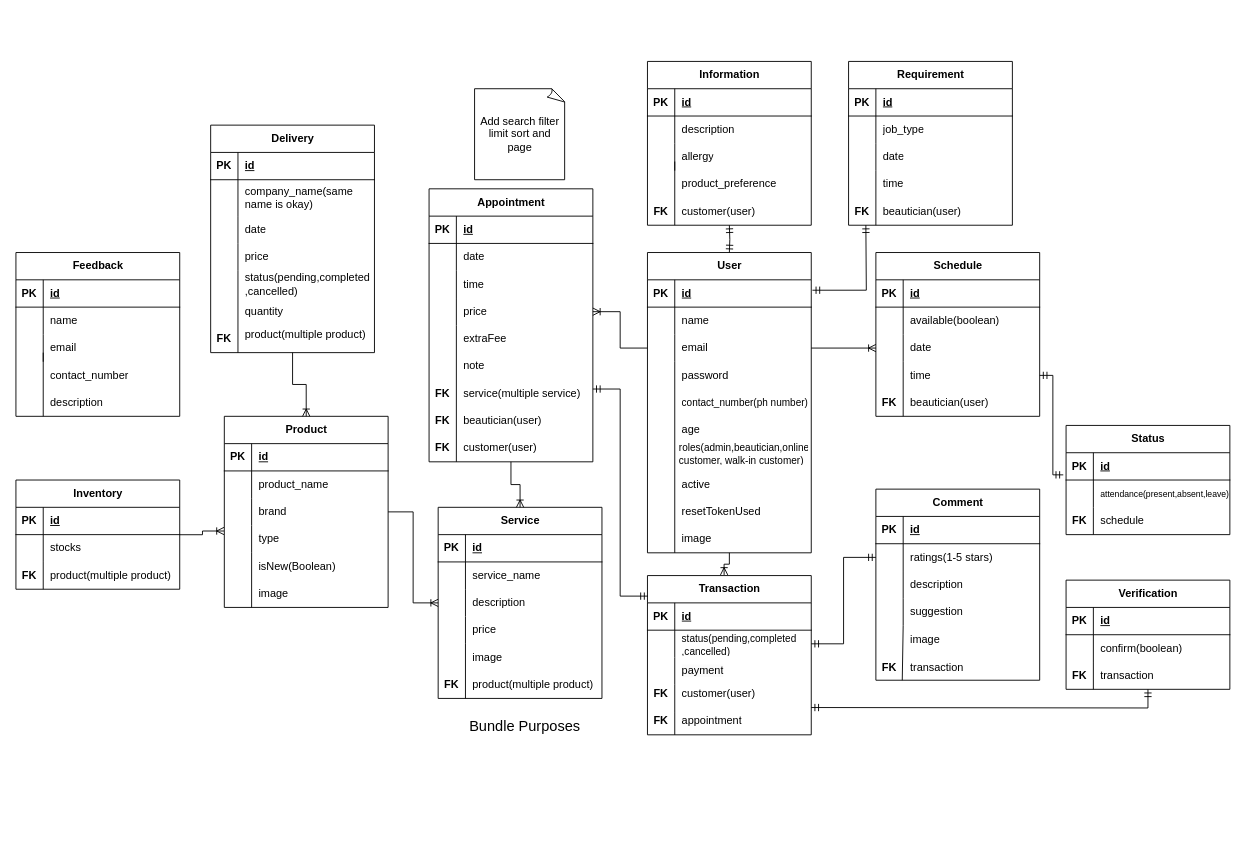
The draw.io diagram erd/Salon-Erd.drawio in GabTheGreat25/Salon-Api, before the edit. Source tidied: cells renumbered, new cells numbered last; positions are measured from the earlier drawing's top-left corner, leaving out a move shared by most shapes. Both pictures are drawn from the tidied source at 91%, with x=0, y=0 at pixel (15, 61).
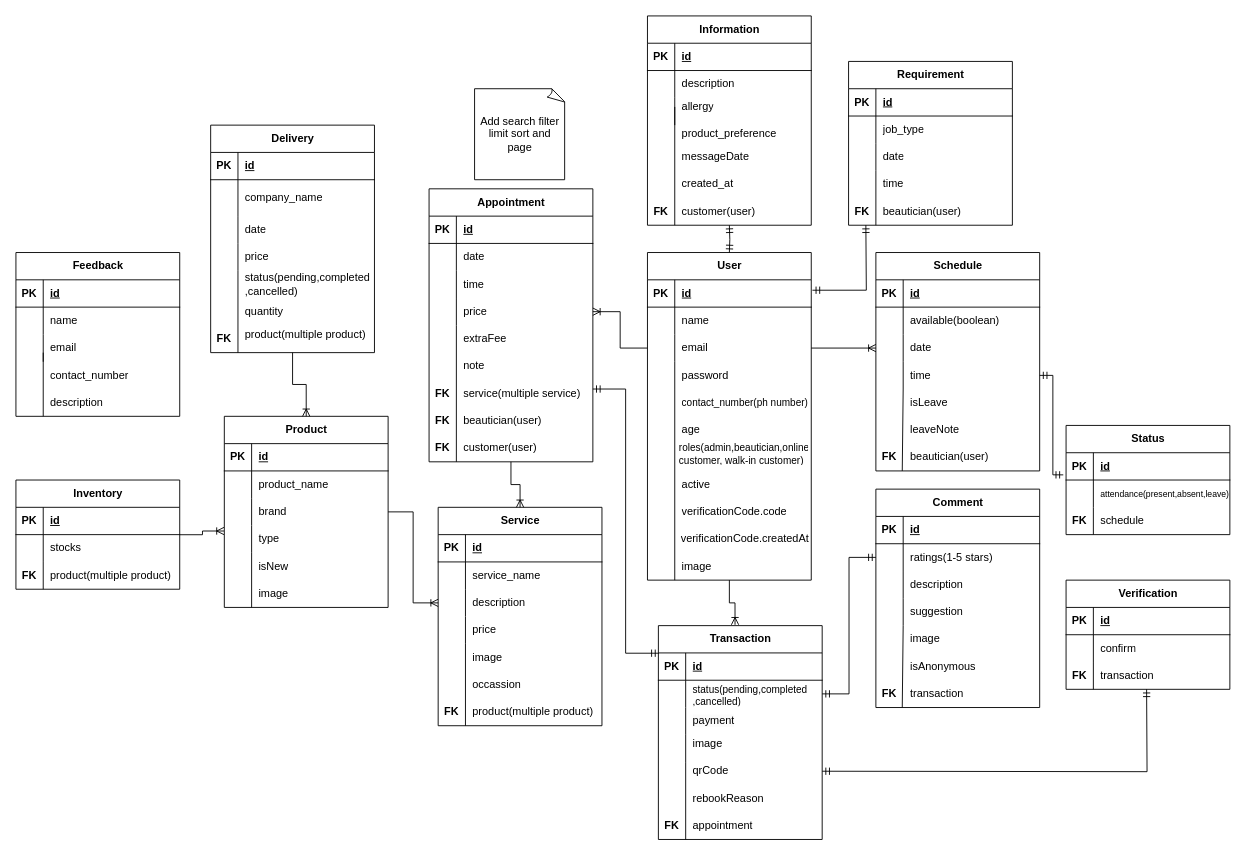
The same page after the edit.

The change refers to these unchanged cells:
```xml
<mxCell id="128" style="shape=tableRow;horizontal=0;startSize=0;swimlaneHead=0;swimlaneBody=0;fillColor=none;top=0;left=0;right=0;bottom=0;" parent="124" vertex="1">
  <mxGeometry y="60" width="180" height="40" as="geometry" />
</mxCell>
<mxCell id="147" value="Verification" style="shape=table;startSize=30;childLayout=tableLayout;rowLines=0;fontStyle=1;align=center;html=1;" parent="1" vertex="1">
  <mxGeometry x="1154" y="570" width="180" height="120" as="geometry" />
</mxCell>
<mxCell id="151" style="shape=tableRow;horizontal=0;startSize=0;swimlaneHead=0;swimlaneBody=0;fillColor=none;top=0;left=0;right=0;bottom=0;" parent="147" vertex="1">
  <mxGeometry y="60" width="180" height="30" as="geometry" />
</mxCell>
```

The edit, as a diff of the source:
```diff
@@
     <mxCell id="2" value="User" style="shape=table;startSize=30;childLayout=tableLayout;rowLines=0;fontStyle=1;align=center;html=1;" parent="1" vertex="1">
-      <mxGeometry x="694" y="210" width="180" height="330" as="geometry" />
+      <mxGeometry x="694" y="210" width="180" height="360" as="geometry" />
     </mxCell>
@@
     <mxCell id="15" style="endArrow=none;html=1;rounded=0;" parent="1" edge="1">
       <mxGeometry relative="1" as="geometry">
         <mxPoint x="724" y="360" as="sourcePoint" />
-        <mxPoint x="724" y="540" as="targetPoint" />
+        <mxPoint x="724" y="570" as="targetPoint" />
       </mxGeometry>
     </mxCell>
@@
     <mxCell id="36" value="Comment" style="shape=table;startSize=30;childLayout=tableLayout;rowLines=0;fontStyle=1;align=center;html=1;" parent="1" vertex="1">
-      <mxGeometry x="945" y="470" width="180" height="210" as="geometry" />
+      <mxGeometry x="945" y="470" width="180" height="240" as="geometry" />
     </mxCell>
@@
     <mxCell id="49" style="endArrow=none;html=1;rounded=0;" parent="1" edge="1">
       <mxGeometry relative="1" as="geometry">
         <mxPoint x="975" y="620" as="sourcePoint" />
-        <mxPoint x="974" y="680" as="targetPoint" />
+        <mxPoint x="974" y="710" as="targetPoint" />
       </mxGeometry>
     </mxCell>
     <mxCell id="50" value="transaction" style="shape=partialRectangle;fillColor=none;top=0;left=0;bottom=0;right=0;align=left;spacingLeft=6;overflow=hidden;whiteSpace=wrap;html=1;" parent="1" vertex="1">
-      <mxGeometry x="975" y="650.5" width="150" height="30" as="geometry" />
+      <mxGeometry x="975" y="680" width="150" height="30" as="geometry" />
     </mxCell>
     <mxCell id="51" value="FK" style="shape=partialRectangle;fillColor=none;top=0;left=0;bottom=0;right=0;fontStyle=1;overflow=hidden;whiteSpace=wrap;html=1;" parent="1" vertex="1">
-      <mxGeometry x="945" y="650.5" width="30" height="30" as="geometry" />
+      <mxGeometry x="945" y="680" width="30" height="30" as="geometry" />
     </mxCell>
@@
     <mxCell id="53" value="Schedule" style="shape=table;startSize=30;childLayout=tableLayout;rowLines=0;fontStyle=1;align=center;html=1;" parent="1" vertex="1">
-      <mxGeometry x="945" y="210" width="180" height="180" as="geometry" />
+      <mxGeometry x="945" y="210" width="180" height="240" as="geometry" />
     </mxCell>
@@
     <mxCell id="66" style="endArrow=none;html=1;rounded=0;" parent="1" edge="1">
       <mxGeometry relative="1" as="geometry">
         <mxPoint x="975" y="360" as="sourcePoint" />
-        <mxPoint x="975" y="390" as="targetPoint" />
+        <mxPoint x="974" y="450" as="targetPoint" />
       </mxGeometry>
     </mxCell>
     <mxCell id="67" value="FK" style="shape=partialRectangle;fillColor=none;top=0;left=0;bottom=0;right=0;fontStyle=1;overflow=hidden;whiteSpace=wrap;html=1;" parent="1" vertex="1">
-      <mxGeometry x="945" y="360" width="30" height="30" as="geometry" />
+      <mxGeometry x="945" y="420" width="30" height="30" as="geometry" />
     </mxCell>
     <mxCell id="68" value="beautician(user)" style="shape=partialRectangle;fillColor=none;top=0;left=0;bottom=0;right=0;align=left;spacingLeft=6;overflow=hidden;whiteSpace=wrap;html=1;" parent="1" vertex="1">
-      <mxGeometry x="975" y="360" width="150" height="30" as="geometry" />
+      <mxGeometry x="975" y="420" width="150" height="30" as="geometry" />
     </mxCell>
     <mxCell id="69" value="Service" style="shape=table;startSize=30;childLayout=tableLayout;rowLines=0;fontStyle=1;align=center;html=1;" parent="1" vertex="1">
-      <mxGeometry x="464" y="490" width="180" height="210" as="geometry" />
+      <mxGeometry x="464" y="490" width="180" height="240" as="geometry" />
     </mxCell>
@@
     <mxCell id="82" style="endArrow=none;html=1;rounded=0;" parent="1" edge="1">
       <mxGeometry relative="1" as="geometry">
         <mxPoint x="494" y="640" as="sourcePoint" />
-        <mxPoint x="494" y="700" as="targetPoint" />
+        <mxPoint x="494" y="730" as="targetPoint" />
       </mxGeometry>
     </mxCell>
@@
     <mxCell id="84" value="Transaction" style="shape=table;startSize=30;childLayout=tableLayout;rowLines=0;fontStyle=1;align=center;html=1;" parent="1" vertex="1">
-      <mxGeometry x="694" y="565" width="180" height="175" as="geometry" />
+      <mxGeometry x="706" y="620" width="180" height="235" as="geometry" />
     </mxCell>
@@
-    <mxCell id="97" value="&lt;span style=&quot;border-color: var(--border-color);&quot;&gt;customer(user)&lt;/span&gt;" style="shape=partialRectangle;fillColor=none;top=0;left=0;bottom=0;right=0;align=left;spacingLeft=6;overflow=hidden;whiteSpace=wrap;html=1;" parent="1" vertex="1">
-      <mxGeometry x="724" y="680" width="150" height="30" as="geometry" />
+    <mxCell id="97" value="&lt;span style=&quot;border-color: var(--border-color);&quot;&gt;image&lt;/span&gt;" style="shape=partialRectangle;fillColor=none;top=0;left=0;bottom=0;right=0;align=left;spacingLeft=6;overflow=hidden;whiteSpace=wrap;html=1;" parent="1" vertex="1">
+      <mxGeometry x="736" y="735" width="150" height="30" as="geometry" />
     </mxCell>
     <mxCell id="98" value="FK" style="shape=partialRectangle;fillColor=none;top=0;left=0;bottom=0;right=0;fontStyle=1;overflow=hidden;whiteSpace=wrap;html=1;" parent="1" vertex="1">
-      <mxGeometry x="694" y="710" width="30" height="30" as="geometry" />
+      <mxGeometry x="706" y="825" width="30" height="30" as="geometry" />
     </mxCell>
     <mxCell id="99" value="appointment" style="shape=partialRectangle;fillColor=none;top=0;left=0;bottom=0;right=0;align=left;spacingLeft=6;overflow=hidden;whiteSpace=wrap;html=1;" parent="1" vertex="1">
-      <mxGeometry x="724" y="710" width="150" height="30" as="geometry" />
+      <mxGeometry x="736" y="825" width="150" height="30" as="geometry" />
     </mxCell>
-    <mxCell id="100" value="FK" style="shape=partialRectangle;fillColor=none;top=0;left=0;bottom=0;right=0;fontStyle=1;overflow=hidden;whiteSpace=wrap;html=1;" parent="1" vertex="1">
-      <mxGeometry x="694" y="680" width="30" height="30" as="geometry" />
-    </mxCell>
@@
     <mxCell id="122" value="product(multiple product)" style="shape=partialRectangle;fillColor=none;top=0;left=0;bottom=0;right=0;align=left;spacingLeft=6;overflow=hidden;whiteSpace=wrap;html=1;" parent="1" vertex="1">
-      <mxGeometry x="494" y="670" width="150" height="30" as="geometry" />
+      <mxGeometry x="494" y="700" width="150" height="30" as="geometry" />
     </mxCell>
@@
-    <mxCell id="130" value="&lt;font style=&quot;font-size: 12px;&quot;&gt;company_name(same name is okay)&lt;/font&gt;" style="shape=partialRectangle;fillColor=none;top=0;left=0;bottom=0;right=0;align=left;spacingLeft=6;overflow=hidden;whiteSpace=wrap;html=1;" parent="128" vertex="1">
+    <mxCell id="130" value="&lt;font style=&quot;font-size: 12px;&quot;&gt;company_name&lt;/font&gt;" style="shape=partialRectangle;fillColor=none;top=0;left=0;bottom=0;right=0;align=left;spacingLeft=6;overflow=hidden;whiteSpace=wrap;html=1;" parent="128" vertex="1">
       <mxGeometry x="30" width="150" height="40" as="geometry" />
     </mxCell>
@@
     <mxCell id="143" value="FK" style="shape=partialRectangle;fillColor=none;top=0;left=0;bottom=0;right=0;fontStyle=1;overflow=hidden;whiteSpace=wrap;html=1;" parent="1" vertex="1">
-      <mxGeometry x="464" y="670" width="30" height="30" as="geometry" />
+      <mxGeometry x="464" y="700" width="30" height="30" as="geometry" />
     </mxCell>
@@
-    <mxCell id="146" style="fontSize=12;html=1;endArrow=ERmandOne;startArrow=ERmandOne;rounded=0;edgeStyle=orthogonalEdgeStyle;" parent="1" edge="1" target="147">
+    <mxCell id="146" style="fontSize=12;html=1;endArrow=ERmandOne;startArrow=ERmandOne;rounded=0;edgeStyle=orthogonalEdgeStyle;" parent="1" edge="1">
       <mxGeometry relative="1" as="geometry">
-        <mxPoint x="874" y="710" as="sourcePoint" />
+        <mxPoint x="886" y="780" as="sourcePoint" />
+        <mxPoint x="1242.5" y="690" as="targetPoint" />
       </mxGeometry>
     </mxCell>
@@
-    <mxCell id="153" value="confirm(boolean)" style="shape=partialRectangle;fillColor=none;top=0;left=0;bottom=0;right=0;align=left;spacingLeft=6;overflow=hidden;whiteSpace=wrap;html=1;" parent="151" vertex="1">
+    <mxCell id="153" value="confirm" style="shape=partialRectangle;fillColor=none;top=0;left=0;bottom=0;right=0;align=left;spacingLeft=6;overflow=hidden;whiteSpace=wrap;html=1;" parent="151" vertex="1">
       <mxGeometry x="30" width="150" height="30" as="geometry" />
     </mxCell>
@@
     <mxCell id="187" value="image" style="shape=partialRectangle;fillColor=none;top=0;left=0;bottom=0;right=0;align=left;spacingLeft=6;overflow=hidden;whiteSpace=wrap;html=1;" parent="1" vertex="1">
-      <mxGeometry x="975" y="620.5" width="150" height="30" as="geometry" />
+      <mxGeometry x="975" y="620" width="150" height="30" as="geometry" />
     </mxCell>
@@
     <mxCell id="190" value="image" style="shape=partialRectangle;fillColor=none;top=0;left=0;bottom=0;right=0;align=left;spacingLeft=6;overflow=hidden;whiteSpace=wrap;html=1;" parent="1" vertex="1">
-      <mxGeometry x="724" y="510" width="150" height="30" as="geometry" />
+      <mxGeometry x="723.5" y="540" width="150" height="30" as="geometry" />
     </mxCell>
     <mxCell id="191" value="Information" style="shape=table;startSize=30;childLayout=tableLayout;rowLines=0;fontStyle=1;align=center;html=1;" parent="1" vertex="1">
-      <mxGeometry x="694" width="180" height="180" as="geometry" />
+      <mxGeometry x="694" y="-50" width="180" height="230" as="geometry" />
     </mxCell>
@@
     <mxCell id="203" style="endArrow=none;html=1;rounded=0;" parent="1" edge="1">
       <mxGeometry relative="1" as="geometry">
-        <mxPoint x="724" y="110" as="sourcePoint" />
+        <mxPoint x="724" y="50" as="sourcePoint" />
         <mxPoint x="724" y="180" as="targetPoint" />
       </mxGeometry>
     </mxCell>
     <mxCell id="204" value="&lt;span style=&quot;border-color: var(--border-color);&quot;&gt;allergy&lt;/span&gt;" style="shape=partialRectangle;fillColor=none;top=0;left=0;bottom=0;right=0;align=left;spacingLeft=6;overflow=hidden;whiteSpace=wrap;html=1;" parent="1" vertex="1">
-      <mxGeometry x="724" y="90" width="150" height="30" as="geometry" />
+      <mxGeometry x="724" y="35" width="150" height="30" as="geometry" />
     </mxCell>
     <mxCell id="205" value="&lt;span style=&quot;border-color: var(--border-color);&quot;&gt;product_preference&lt;/span&gt;" style="shape=partialRectangle;fillColor=none;top=0;left=0;bottom=0;right=0;align=left;spacingLeft=6;overflow=hidden;whiteSpace=wrap;html=1;" parent="1" vertex="1">
-      <mxGeometry x="724" y="120" width="150" height="30" as="geometry" />
+      <mxGeometry x="724" y="65" width="150" height="30" as="geometry" />
     </mxCell>
@@
     <mxCell id="234" style="endArrow=none;html=1;rounded=0;startSize=3;endSize=3;targetPerimeterSpacing=0;" parent="1" edge="1">
       <mxGeometry relative="1" as="geometry">
-        <mxPoint x="724" y="740" as="sourcePoint" />
-        <mxPoint x="724" y="715" as="targetPoint" />
+        <mxPoint x="736" y="855" as="sourcePoint" />
+        <mxPoint x="736" y="770" as="targetPoint" />
       </mxGeometry>
     </mxCell>
-    <mxCell id="235" value="isNew(Boolean)" style="shape=partialRectangle;fillColor=none;top=0;left=0;bottom=0;right=0;align=left;spacingLeft=6;overflow=hidden;whiteSpace=wrap;html=1;" parent="1" vertex="1">
+    <mxCell id="235" value="isNew" style="shape=partialRectangle;fillColor=none;top=0;left=0;bottom=0;right=0;align=left;spacingLeft=6;overflow=hidden;whiteSpace=wrap;html=1;" parent="1" vertex="1">
       <mxGeometry x="259" y="540" width="150" height="30" as="geometry" />
     </mxCell>
@@
-    <mxCell id="238" value="&lt;font style=&quot;font-size: 16px;&quot;&gt;Bundle Purposes&lt;/font&gt;" style="text;html=1;strokeColor=none;fillColor=none;align=center;verticalAlign=middle;whiteSpace=wrap;rounded=0;" parent="1" vertex="1">
-      <mxGeometry x="496.5" y="715" width="125" height="30" as="geometry" />
-    </mxCell>
@@
-    <mxCell id="240" value="resetTokenUsed" style="shape=partialRectangle;fillColor=none;top=0;left=0;bottom=0;right=0;align=left;spacingLeft=6;overflow=hidden;whiteSpace=wrap;html=1;" parent="1" vertex="1">
+    <mxCell id="240" value="verificationCode.code" style="shape=partialRectangle;fillColor=none;top=0;left=0;bottom=0;right=0;align=left;spacingLeft=6;overflow=hidden;whiteSpace=wrap;html=1;" parent="1" vertex="1">
       <mxGeometry x="723.5" y="480" width="150.5" height="30" as="geometry" />
     </mxCell>
+    <mxCell id="241" value="isAnonymous" style="shape=partialRectangle;fillColor=none;top=0;left=0;bottom=0;right=0;align=left;spacingLeft=6;overflow=hidden;whiteSpace=wrap;html=1;" parent="1" vertex="1">
+      <mxGeometry x="975" y="650" width="150" height="30" as="geometry" />
+    </mxCell>
+    <mxCell id="242" value="&lt;span style=&quot;border-color: var(--border-color);&quot;&gt;messageDate&lt;/span&gt;" style="shape=partialRectangle;fillColor=none;top=0;left=0;bottom=0;right=0;align=left;spacingLeft=6;overflow=hidden;whiteSpace=wrap;html=1;" parent="1" vertex="1">
+      <mxGeometry x="724" y="90" width="150" height="30" as="geometry" />
+    </mxCell>
+    <mxCell id="243" value="&lt;span style=&quot;border-color: var(--border-color);&quot;&gt;created_at&lt;/span&gt;" style="shape=partialRectangle;fillColor=none;top=0;left=0;bottom=0;right=0;align=left;spacingLeft=6;overflow=hidden;whiteSpace=wrap;html=1;" parent="1" vertex="1">
+      <mxGeometry x="724" y="120" width="150" height="30" as="geometry" />
+    </mxCell>
+    <mxCell id="244" value="leaveNote" style="shape=partialRectangle;fillColor=none;top=0;left=0;bottom=0;right=0;align=left;spacingLeft=6;overflow=hidden;whiteSpace=wrap;html=1;" parent="1" vertex="1">
+      <mxGeometry x="975" y="390" width="150" height="30" as="geometry" />
+    </mxCell>
+    <mxCell id="245" value="isLeave" style="shape=partialRectangle;fillColor=none;top=0;left=0;bottom=0;right=0;align=left;spacingLeft=6;overflow=hidden;whiteSpace=wrap;html=1;" parent="1" vertex="1">
+      <mxGeometry x="975" y="360" width="149" height="30" as="geometry" />
+    </mxCell>
+    <mxCell id="246" value="occassion" style="shape=partialRectangle;fillColor=none;top=0;left=0;bottom=0;right=0;align=left;spacingLeft=6;overflow=hidden;whiteSpace=wrap;html=1;" parent="1" vertex="1">
+      <mxGeometry x="494" y="670" width="150" height="30" as="geometry" />
+    </mxCell>
+    <mxCell id="247" value="&lt;span style=&quot;border-color: var(--border-color);&quot;&gt;qrCode&lt;/span&gt;" style="shape=partialRectangle;fillColor=none;top=0;left=0;bottom=0;right=0;align=left;spacingLeft=6;overflow=hidden;whiteSpace=wrap;html=1;" parent="1" vertex="1">
+      <mxGeometry x="736" y="765" width="150" height="30" as="geometry" />
+    </mxCell>
+    <mxCell id="248" value="&lt;span style=&quot;border-color: var(--border-color);&quot;&gt;rebookReason&lt;/span&gt;" style="shape=partialRectangle;fillColor=none;top=0;left=0;bottom=0;right=0;align=left;spacingLeft=6;overflow=hidden;whiteSpace=wrap;html=1;" parent="1" vertex="1">
+      <mxGeometry x="735.5" y="795" width="150" height="30" as="geometry" />
+    </mxCell>
+    <mxCell id="249" value="verificationCode.createdAt" style="shape=partialRectangle;fillColor=none;top=0;left=0;bottom=0;right=0;align=left;spacingLeft=6;overflow=hidden;whiteSpace=wrap;html=1;" parent="1" vertex="1">
+      <mxGeometry x="723.2" y="510" width="150.5" height="30" as="geometry" />
+    </mxCell>
```
